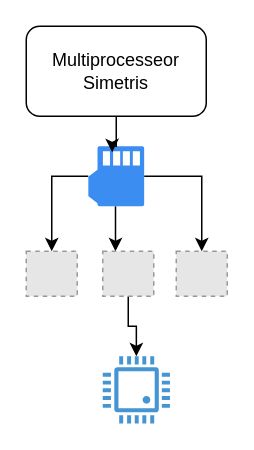
Before: Untitled Diagram.drawio in Gacor2006/Multiprosesor-, a draw.io diagram. Source tidied: cells renumbered, new cells numbered last; positions are measured from the earlier drawing's top-left corner, leaving out a move shared by most shapes. Both pictures are drawn from the tidied source at 150%, with x=0, y=0 at pixel (26, 26). Pictures stored in the file or linked from it are replaced by grey dashed boxes.
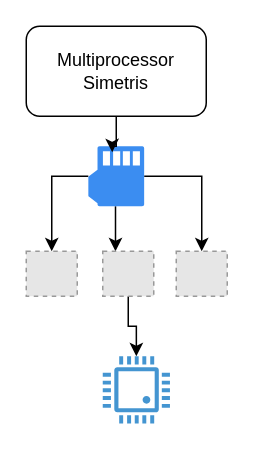
The same page after the edit.

Diff of the diagram source:
```diff
@@
 <mxGraphModel>
   <root>
     <mxCell id="0" />
     <mxCell id="1" parent="0" />
     <mxCell id="2" style="rounded=1;whiteSpace=wrap;html=1;" parent="1" vertex="1">
       <mxGeometry width="120" height="60" as="geometry" />
     </mxCell>
-    <mxCell id="3" value="Multiprocesseor Simetris" style="text;html=1;align=center;verticalAlign=middle;whiteSpace=wrap;rounded=0;" parent="1" vertex="1">
+    <mxCell id="3" value="Multiprocessor Simetris" style="text;html=1;align=center;verticalAlign=middle;whiteSpace=wrap;rounded=0;" parent="1" vertex="1">
       <mxGeometry x="30" y="15" width="60" height="30" as="geometry" />
     </mxCell>
     <mxCell id="4" style="shadow=0;dashed=0;html=1;strokeColor=none;fillColor=#4495D1;labelPosition=center;verticalLabelPosition=bottom;verticalAlign=top;align=center;outlineConnect=0;shape=mxgraph.veeam.cpu;" parent="1" vertex="1">
       <mxGeometry x="51" y="220" width="44.8" height="44.8" as="geometry" />
     </mxCell>
     <mxCell id="5" style="edgeStyle=orthogonalEdgeStyle;rounded=0;jettySize=auto;html=1;" parent="1" edge="1" source="8" target="9">
       <mxGeometry relative="1" as="geometry" />
     </mxCell>
     <mxCell id="6" style="edgeStyle=orthogonalEdgeStyle;rounded=0;jettySize=auto;html=1;entryX=0.25;entryY=0;entryDx=0;entryDy=0;" parent="1" edge="1" source="8" target="11">
       <mxGeometry relative="1" as="geometry">
         <Array as="points">
           <mxPoint x="60" y="140" />
         </Array>
       </mxGeometry>
     </mxCell>
     <mxCell id="7" style="edgeStyle=orthogonalEdgeStyle;rounded=0;jettySize=auto;html=1;entryX=0.5;entryY=0;entryDx=0;entryDy=0;" parent="1" edge="1" source="8" target="12">
       <mxGeometry relative="1" as="geometry" />
     </mxCell>
     <mxCell id="8" style="sketch=0;html=1;strokeColor=none;shadow=0;fillColor=#3B8DF1;verticalAlign=top;labelPosition=center;verticalLabelPosition=bottom;shape=mxgraph.gcp2.memory_card;" parent="1" vertex="1">
       <mxGeometry x="41.4" y="80" width="37.2" height="40" as="geometry" />
     </mxCell>
     <mxCell id="9" style="fillColor=#E6E6E6;strokeColor=#999999;dashed=1;html=1;verticalLabelPosition=bottom;labelBackgroundColor=#ffffff;verticalAlign=top;" parent="1" vertex="1">
       <mxGeometry y="150" width="34" height="30" as="geometry" />
     </mxCell>
     <mxCell id="10" style="edgeStyle=orthogonalEdgeStyle;rounded=0;jettySize=auto;html=1;" parent="1" edge="1" source="11" target="4">
       <mxGeometry relative="1" as="geometry" />
     </mxCell>
     <mxCell id="11" style="fillColor=#E6E6E6;strokeColor=#999999;dashed=1;html=1;verticalLabelPosition=bottom;labelBackgroundColor=#ffffff;verticalAlign=top;" parent="1" vertex="1">
       <mxGeometry x="51" y="150" width="34" height="30" as="geometry" />
     </mxCell>
     <mxCell id="12" style="fillColor=#E6E6E6;strokeColor=#999999;dashed=1;html=1;verticalLabelPosition=bottom;labelBackgroundColor=#ffffff;verticalAlign=top;" parent="1" vertex="1">
       <mxGeometry x="100" y="150" width="34" height="30" as="geometry" />
     </mxCell>
     <mxCell id="13" style="edgeStyle=orthogonalEdgeStyle;rounded=0;jettySize=auto;html=1;entryX=0.428;entryY=0.1;entryDx=0;entryDy=0;entryPerimeter=0;" parent="1" edge="1" source="2" target="8">
       <mxGeometry relative="1" as="geometry" />
     </mxCell>
   </root>
 </mxGraphModel>
```
